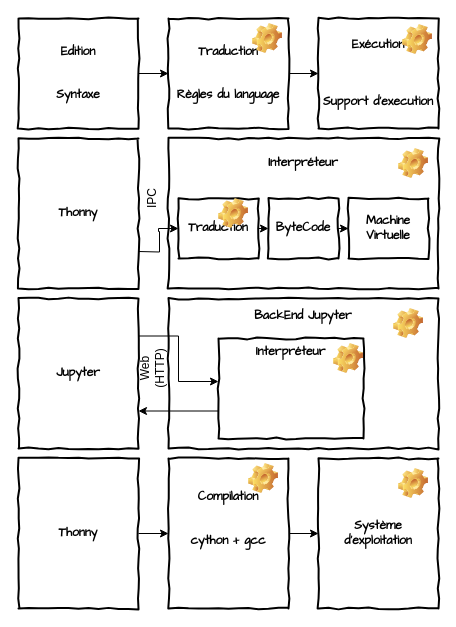
This is prog/prog/images/execution.drawio from diu-uf-bordeaux/bloc1, a draw.io file, before an edit. Source tidied: cells renumbered, new cells numbered last; positions are measured from the earlier drawing's top-left corner, leaving out a move shared by most shapes. Both pictures are drawn from the tidied source at 100%, with x=0, y=0 at pixel (18, 18).
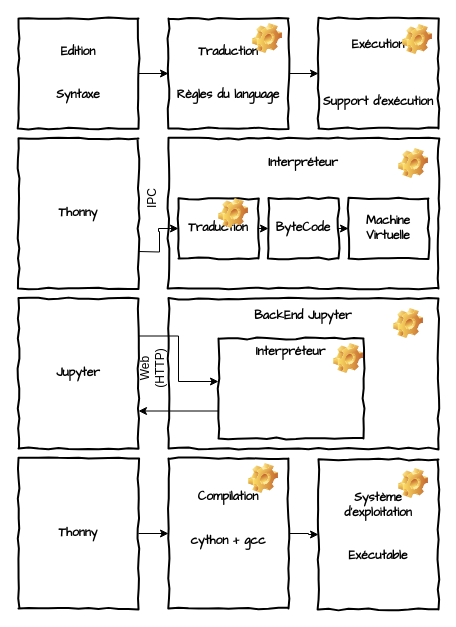
The same page after the edit.

Change to the diagram source:
```diff
@@
-    <mxCell id="9" value="&lt;div&gt;Exécution&lt;/div&gt;&lt;div&gt;&lt;br&gt;&lt;/div&gt;&lt;div&gt;&lt;br&gt;&lt;/div&gt;&lt;div&gt;&lt;br&gt;&lt;/div&gt;&lt;div&gt;Support d'execution&lt;/div&gt;" style="html=1;whiteSpace=wrap;comic=1;strokeWidth=2;fontFamily=Comic Sans MS;fontStyle=1;" parent="1" vertex="1">
+    <mxCell id="9" value="&lt;div&gt;Exécution&lt;/div&gt;&lt;div&gt;&lt;br&gt;&lt;/div&gt;&lt;div&gt;&lt;br&gt;&lt;/div&gt;&lt;div&gt;&lt;br&gt;&lt;/div&gt;&lt;div&gt;Support d'exécution&lt;/div&gt;" style="html=1;whiteSpace=wrap;comic=1;strokeWidth=2;fontFamily=Comic Sans MS;fontStyle=1;" parent="1" vertex="1">
       <mxGeometry x="300" width="120" height="110" as="geometry" />
     </mxCell>
@@
-    <mxCell id="33" value="Système &lt;br&gt;d'exploitation" style="html=1;whiteSpace=wrap;comic=1;strokeWidth=2;fontFamily=Comic Sans MS;fontStyle=1;" parent="1" vertex="1">
-      <mxGeometry x="300" y="440" width="120" height="150" as="geometry" />
+    <mxCell id="33" value="Système &lt;br&gt;d'exploitation&lt;br&gt;&lt;br&gt;&lt;br&gt;Exécutable&lt;br&gt;&lt;br&gt;" style="html=1;whiteSpace=wrap;comic=1;strokeWidth=2;fontFamily=Comic Sans MS;fontStyle=1;" parent="1" vertex="1">
+      <mxGeometry x="300" y="441" width="120" height="150" as="geometry" />
     </mxCell>
```
